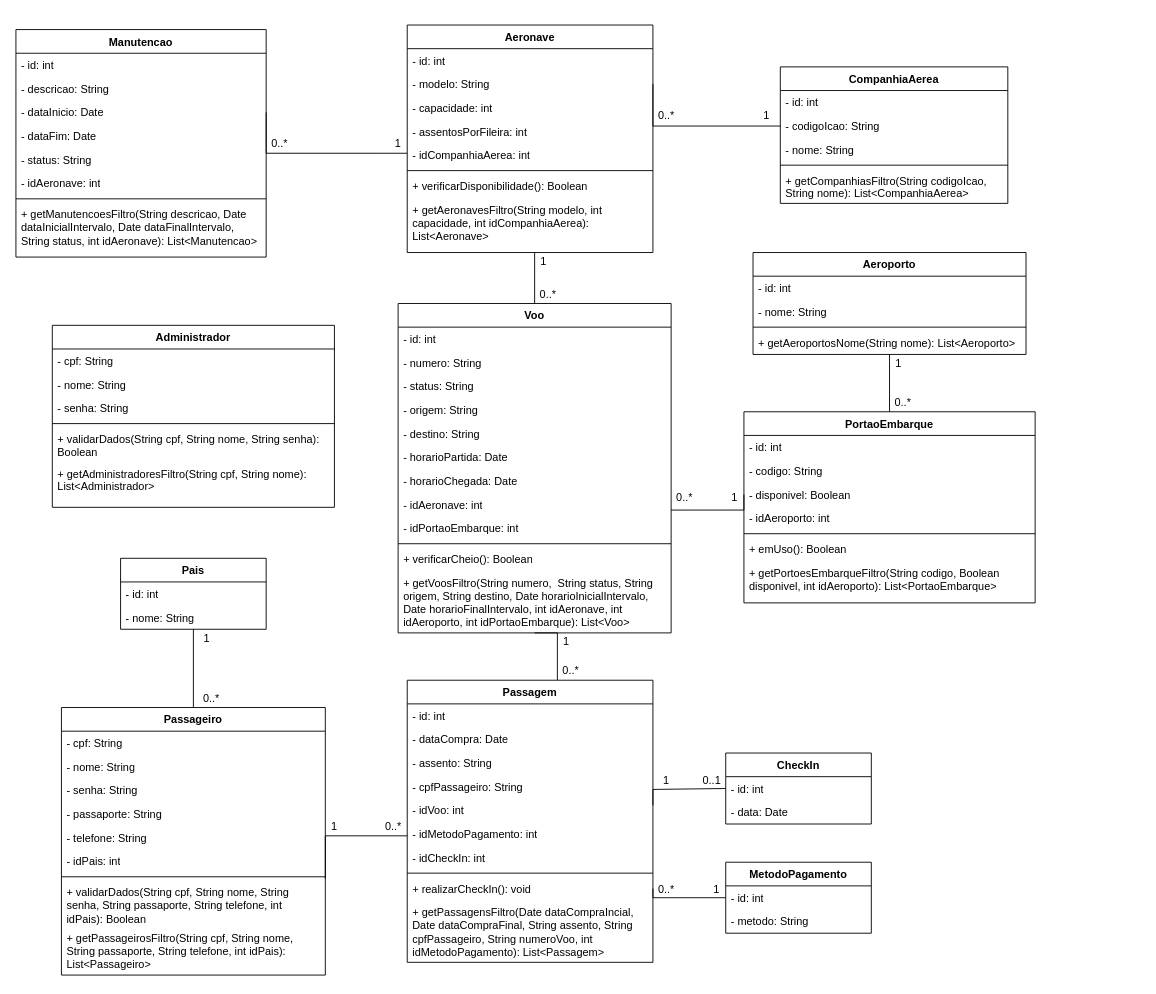
Before: Diagramas/Eng_de_Software/Modelos/Classes.drawio in GabrielGMori/trabalho-conclus-o-ano, a draw.io diagram. Source tidied: cells renumbered, new cells numbered last; positions are measured from the earlier drawing's top-left corner, leaving out a move shared by most shapes. Both pictures are drawn from the tidied source at 91%, with x=0, y=0 at pixel (15, 25).
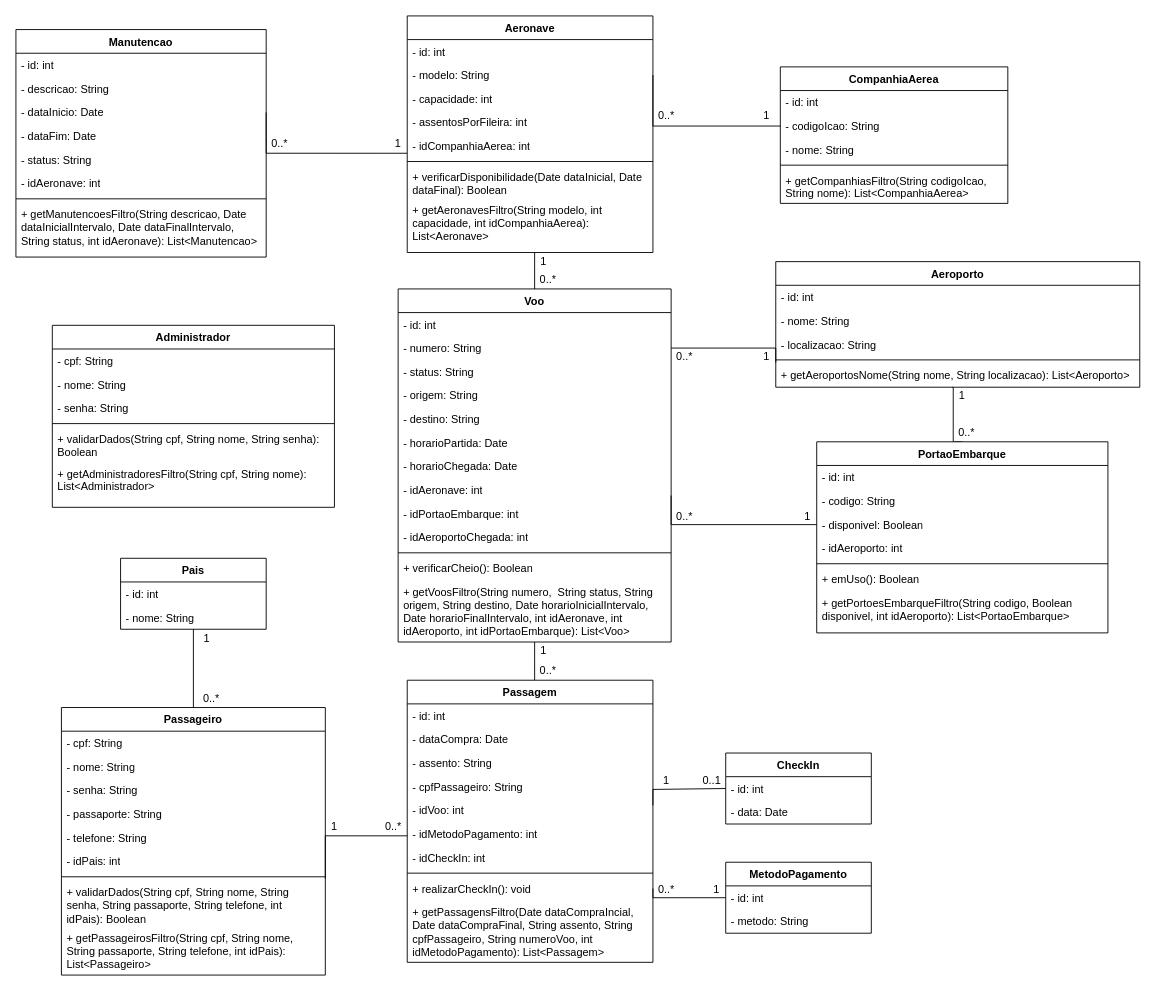
The same page after the edit.

Unchanged cells that the change refers to:
```xml
<mxCell id="31" value="- numero: String" style="text;strokeColor=none;fillColor=none;align=left;verticalAlign=top;spacingLeft=4;spacingRight=4;overflow=hidden;points=[[0,0.5],[1,0.5]];portConstraint=eastwest;whiteSpace=wrap;html=1;" parent="29" vertex="1">
  <mxGeometry y="52" width="300" height="26" as="geometry" />
</mxCell>
<mxCell id="37" value="- idAeronave: int" style="text;strokeColor=none;fillColor=none;align=left;verticalAlign=top;spacingLeft=4;spacingRight=4;overflow=hidden;points=[[0,0.5],[1,0.5]];portConstraint=eastwest;whiteSpace=wrap;html=1;" parent="29" vertex="1">
  <mxGeometry y="208" width="300" height="26" as="geometry" />
</mxCell>
<mxCell id="46" value="- disponivel: Boolean" style="text;strokeColor=none;fillColor=none;align=left;verticalAlign=top;spacingLeft=4;spacingRight=4;overflow=hidden;points=[[0,0.5],[1,0.5]];portConstraint=eastwest;whiteSpace=wrap;html=1;" parent="43" vertex="1">
  <mxGeometry y="78" width="320" height="26" as="geometry" />
</mxCell>
<mxCell id="57" value="Passagem" style="swimlane;fontStyle=1;align=center;verticalAlign=top;horizontal=1;startSize=26;whiteSpace=wrap;html=1;" parent="1" vertex="1">
  <mxGeometry x="430" y="720" width="270" height="310" as="geometry" />
</mxCell>
```

The edit, as a diff of the source:
```diff
@@
     <mxCell id="12" value="Aeronave" style="swimlane;fontStyle=1;align=center;verticalAlign=top;horizontal=1;startSize=26;whiteSpace=wrap;html=1;" parent="1" vertex="1">
-      <mxGeometry x="430" width="270" height="250" as="geometry" />
+      <mxGeometry x="430" y="-10" width="270" height="260" as="geometry" />
     </mxCell>
@@
-    <mxCell id="19" value="+ verificarDisponibilidade(): Boolean" style="text;strokeColor=none;fillColor=none;align=left;verticalAlign=top;spacingLeft=4;spacingRight=4;overflow=hidden;whiteSpace=wrap;html=1;" parent="12" vertex="1">
-      <mxGeometry y="164" width="270" height="26" as="geometry" />
+    <mxCell id="19" value="+ verificarDisponibilidade(Date dataInicial, Date dataFinal): Boolean" style="text;strokeColor=none;fillColor=none;align=left;verticalAlign=top;spacingLeft=4;spacingRight=4;overflow=hidden;whiteSpace=wrap;html=1;" parent="12" vertex="1">
+      <mxGeometry y="164" width="270" height="36" as="geometry" />
     </mxCell>
     <mxCell id="20" value="&lt;div&gt;+ &lt;font&gt;getA&lt;/font&gt;&lt;font&gt;eronavesFiltro&lt;/font&gt;(String modelo, int capacidade, int idCompanhiaAerea): List&amp;lt;Aeronave&amp;gt;&lt;/div&gt;" style="text;strokeColor=none;fillColor=none;align=left;verticalAlign=top;spacingLeft=4;spacingRight=4;overflow=hidden;whiteSpace=wrap;html=1;" parent="12" vertex="1">
-      <mxGeometry y="190" width="270" height="60" as="geometry" />
+      <mxGeometry y="200" width="270" height="60" as="geometry" />
     </mxCell>
@@
     <mxCell id="27" style="edgeStyle=orthogonalEdgeStyle;rounded=0;jettySize=auto;html=1;exitX=1;exitY=0.732;exitDx=0;exitDy=0;entryX=0;entryY=0.5;entryDx=0;entryDy=0;endArrow=none;endFill=0;exitPerimeter=0;" parent="1" edge="1" source="37" target="46">
       <mxGeometry relative="1" as="geometry">
         <Array as="points">
-          <mxPoint x="800" y="533" />
+          <mxPoint x="720" y="549" />
         </Array>
       </mxGeometry>
     </mxCell>
-    <mxCell id="28" style="edgeStyle=orthogonalEdgeStyle;rounded=0;jettySize=auto;html=1;exitX=0.5;exitY=1;exitDx=0;exitDy=0;endArrow=none;endFill=0;" parent="1" edge="1" source="29" target="57">
+    <mxCell id="28" style="edgeStyle=orthogonalEdgeStyle;rounded=0;jettySize=auto;html=1;exitX=0.5;exitY=1;exitDx=0;exitDy=0;endArrow=none;endFill=0;" parent="1" edge="1" source="29">
       <mxGeometry relative="1" as="geometry">
-        <Array as="points">
-          <mxPoint x="595" y="680" />
-          <mxPoint x="595" y="680" />
-        </Array>
+        <mxPoint x="570" y="720" as="targetPoint" />
       </mxGeometry>
     </mxCell>
     <mxCell id="29" value="Voo" style="swimlane;fontStyle=1;align=center;verticalAlign=top;horizontal=1;startSize=26;whiteSpace=wrap;html=1;" parent="1" vertex="1">
-      <mxGeometry x="420" y="306" width="300" height="362" as="geometry" />
+      <mxGeometry x="420" y="290" width="300" height="388" as="geometry" />
     </mxCell>
@@
+    <mxCell id="119" value="- idAeroportoChegada: int" style="text;strokeColor=none;fillColor=none;align=left;verticalAlign=top;spacingLeft=4;spacingRight=4;overflow=hidden;whiteSpace=wrap;html=1;" parent="29" vertex="1">
+      <mxGeometry y="260" width="300" height="26" as="geometry" />
+    </mxCell>
     <mxCell id="39" style="line;strokeWidth=1;fillColor=none;align=left;verticalAlign=middle;spacingTop=-1;spacingLeft=3;spacingRight=3;labelPosition=right;strokeColor=inherit;" parent="29" vertex="1">
-      <mxGeometry y="260" width="300" height="8" as="geometry" />
+      <mxGeometry y="286" width="300" height="8" as="geometry" />
     </mxCell>
     <mxCell id="40" value="&lt;div&gt;+ verificarCheio(): Boolean&lt;/div&gt;" style="text;strokeColor=none;fillColor=none;align=left;verticalAlign=top;spacingLeft=4;spacingRight=4;overflow=hidden;whiteSpace=wrap;html=1;" parent="29" vertex="1">
-      <mxGeometry y="268" width="300" height="26" as="geometry" />
+      <mxGeometry y="294" width="300" height="26" as="geometry" />
     </mxCell>
     <mxCell id="41" value="+ getVoosFiltro(String numero,&amp;nbsp; String status, String origem, String destino, Date horarioInicialIntervalo, Date horarioFinalIntervalo, int idAeronave, int idAeroporto, int idPortaoEmbarque): List&amp;lt;Voo&amp;gt;" style="text;strokeColor=none;fillColor=none;align=left;verticalAlign=top;spacingLeft=4;spacingRight=4;overflow=hidden;whiteSpace=wrap;html=1;" parent="29" vertex="1">
-      <mxGeometry y="294" width="300" height="68" as="geometry" />
+      <mxGeometry y="320" width="300" height="68" as="geometry" />
     </mxCell>
-    <mxCell id="42" style="edgeStyle=orthogonalEdgeStyle;rounded=0;jettySize=auto;html=1;exitX=0.5;exitY=0;exitDx=0;exitDy=0;endArrow=none;endFill=0;entryX=0.5;entryY=1;entryDx=0;entryDy=0;" parent="1" edge="1" source="43" target="51">
+    <mxCell id="42" style="edgeStyle=orthogonalEdgeStyle;rounded=0;jettySize=auto;html=1;exitX=0.5;exitY=0;exitDx=0;exitDy=0;endArrow=none;endFill=0;entryX=0.485;entryY=1.007;entryDx=0;entryDy=0;entryPerimeter=0;" parent="1" edge="1" source="43" target="55">
       <mxGeometry relative="1" as="geometry">
         <Array as="points">
-          <mxPoint x="960" y="370" />
-          <mxPoint x="960" y="370" />
+          <mxPoint x="1030" y="458" />
+          <mxPoint x="1030" y="398" />
+          <mxPoint x="1029" y="398" />
         </Array>
       </mxGeometry>
     </mxCell>
     <mxCell id="43" value="PortaoEmbarque" style="swimlane;fontStyle=1;align=center;verticalAlign=top;horizontal=1;startSize=26;whiteSpace=wrap;html=1;" parent="1" vertex="1">
-      <mxGeometry x="800" y="425" width="320" height="210" as="geometry" />
+      <mxGeometry x="880" y="458" width="320" height="210" as="geometry" />
     </mxCell>
@@
     <mxCell id="51" value="Aeroporto" style="swimlane;fontStyle=1;align=center;verticalAlign=top;horizontal=1;startSize=26;whiteSpace=wrap;html=1;" parent="1" vertex="1">
-      <mxGeometry x="810" y="250" width="300" height="112" as="geometry" />
+      <mxGeometry x="835" y="260" width="400" height="138" as="geometry" />
     </mxCell>
     <mxCell id="52" value="- id: int" style="text;strokeColor=none;fillColor=none;align=left;verticalAlign=top;spacingLeft=4;spacingRight=4;overflow=hidden;whiteSpace=wrap;html=1;" parent="51" vertex="1">
-      <mxGeometry y="26" width="300" height="26" as="geometry" />
+      <mxGeometry y="26" width="400" height="26" as="geometry" />
     </mxCell>
     <mxCell id="53" value="- nome: String" style="text;strokeColor=none;fillColor=none;align=left;verticalAlign=top;spacingLeft=4;spacingRight=4;overflow=hidden;whiteSpace=wrap;html=1;" parent="51" vertex="1">
-      <mxGeometry y="52" width="300" height="26" as="geometry" />
+      <mxGeometry y="52" width="400" height="26" as="geometry" />
     </mxCell>
+    <mxCell id="120" value="- localizacao: String" style="text;strokeColor=none;fillColor=none;align=left;verticalAlign=top;spacingLeft=4;spacingRight=4;overflow=hidden;whiteSpace=wrap;html=1;" parent="51" vertex="1">
+      <mxGeometry y="78" width="400" height="26" as="geometry" />
+    </mxCell>
     <mxCell id="54" style="line;strokeWidth=1;fillColor=none;align=left;verticalAlign=middle;spacingTop=-1;spacingLeft=3;spacingRight=3;labelPosition=right;strokeColor=inherit;" parent="51" vertex="1">
-      <mxGeometry y="78" width="300" height="8" as="geometry" />
+      <mxGeometry y="104" width="400" height="8" as="geometry" />
     </mxCell>
-    <mxCell id="55" value="&lt;div&gt;+&amp;nbsp;&lt;font&gt;get&lt;/font&gt;Aeroporto&lt;font&gt;sNome&lt;/font&gt;(String nome): List&amp;lt;Aeroporto&amp;gt;&lt;/div&gt;" style="text;strokeColor=none;fillColor=none;align=left;verticalAlign=top;spacingLeft=4;spacingRight=4;overflow=hidden;points=[[0,0.5],[1,0.5]];portConstraint=eastwest;whiteSpace=wrap;html=1;" parent="51" vertex="1">
-      <mxGeometry y="86" width="300" height="26" as="geometry" />
+    <mxCell id="55" value="&lt;div&gt;+&amp;nbsp;&lt;font&gt;get&lt;/font&gt;Aeroporto&lt;font&gt;sNome&lt;/font&gt;(String nome, String localizacao): List&amp;lt;Aeroporto&amp;gt;&lt;/div&gt;" style="text;strokeColor=none;fillColor=none;align=left;verticalAlign=top;spacingLeft=4;spacingRight=4;overflow=hidden;points=[[0,0.5],[1,0.5]];portConstraint=eastwest;whiteSpace=wrap;html=1;" parent="51" vertex="1">
+      <mxGeometry y="112" width="400" height="26" as="geometry" />
     </mxCell>
@@
     <mxCell id="103" value="0..*" style="text;html=1;align=center;verticalAlign=middle;whiteSpace=wrap;rounded=0;" parent="1" vertex="1">
-      <mxGeometry x="720" y="510" width="30" height="20" as="geometry" />
+      <mxGeometry x="720" y="530" width="30" height="20" as="geometry" />
     </mxCell>
@@
     <mxCell id="105" value="1" style="text;html=1;align=center;verticalAlign=middle;whiteSpace=wrap;rounded=0;" parent="1" vertex="1">
-      <mxGeometry x="780" y="510" width="20" height="20" as="geometry" />
+      <mxGeometry x="860" y="530" width="20" height="20" as="geometry" />
     </mxCell>
     <mxCell id="106" value="0..*" style="text;html=1;align=center;verticalAlign=middle;whiteSpace=wrap;rounded=0;" parent="1" vertex="1">
-      <mxGeometry x="570" y="286" width="30" height="20" as="geometry" />
+      <mxGeometry x="570" y="270" width="30" height="20" as="geometry" />
     </mxCell>
     <mxCell id="107" value="1" style="text;html=1;align=center;verticalAlign=middle;whiteSpace=wrap;rounded=0;" parent="1" vertex="1">
-      <mxGeometry x="960" y="362" width="20" height="20" as="geometry" />
+      <mxGeometry x="1030" y="398" width="20" height="20" as="geometry" />
     </mxCell>
     <mxCell id="108" value="0..*" style="text;html=1;align=center;verticalAlign=middle;whiteSpace=wrap;rounded=0;" parent="1" vertex="1">
-      <mxGeometry x="960" y="405" width="30" height="20" as="geometry" />
+      <mxGeometry x="1030" y="438" width="30" height="20" as="geometry" />
     </mxCell>
     <mxCell id="109" value="1" style="text;html=1;align=center;verticalAlign=middle;whiteSpace=wrap;rounded=0;" parent="1" vertex="1">
-      <mxGeometry x="595" y="668" width="20" height="20" as="geometry" />
+      <mxGeometry x="570" y="678" width="20" height="20" as="geometry" />
     </mxCell>
     <mxCell id="110" value="0..*" style="text;html=1;align=center;verticalAlign=middle;whiteSpace=wrap;rounded=0;" parent="1" vertex="1">
-      <mxGeometry x="595" y="700" width="30" height="20" as="geometry" />
+      <mxGeometry x="570" y="700" width="30" height="20" as="geometry" />
     </mxCell>
@@
+    <mxCell id="121" style="edgeStyle=orthogonalEdgeStyle;rounded=0;jettySize=auto;html=1;exitX=1;exitY=0.5;exitDx=0;exitDy=0;entryX=0;entryY=-0.045;entryDx=0;entryDy=0;endArrow=none;endFill=0;entryPerimeter=0;" parent="1" edge="1" source="31" target="55">
+      <mxGeometry relative="1" as="geometry">
+        <Array as="points">
+          <mxPoint x="835" y="355" />
+        </Array>
+      </mxGeometry>
+    </mxCell>
+    <mxCell id="122" value="0..*" style="text;html=1;align=center;verticalAlign=middle;whiteSpace=wrap;rounded=0;" parent="1" vertex="1">
+      <mxGeometry x="720" y="355" width="30" height="20" as="geometry" />
+    </mxCell>
+    <mxCell id="123" value="1" style="text;html=1;align=center;verticalAlign=middle;whiteSpace=wrap;rounded=0;" parent="1" vertex="1">
+      <mxGeometry x="815" y="355" width="20" height="20" as="geometry" />
+    </mxCell>
```
